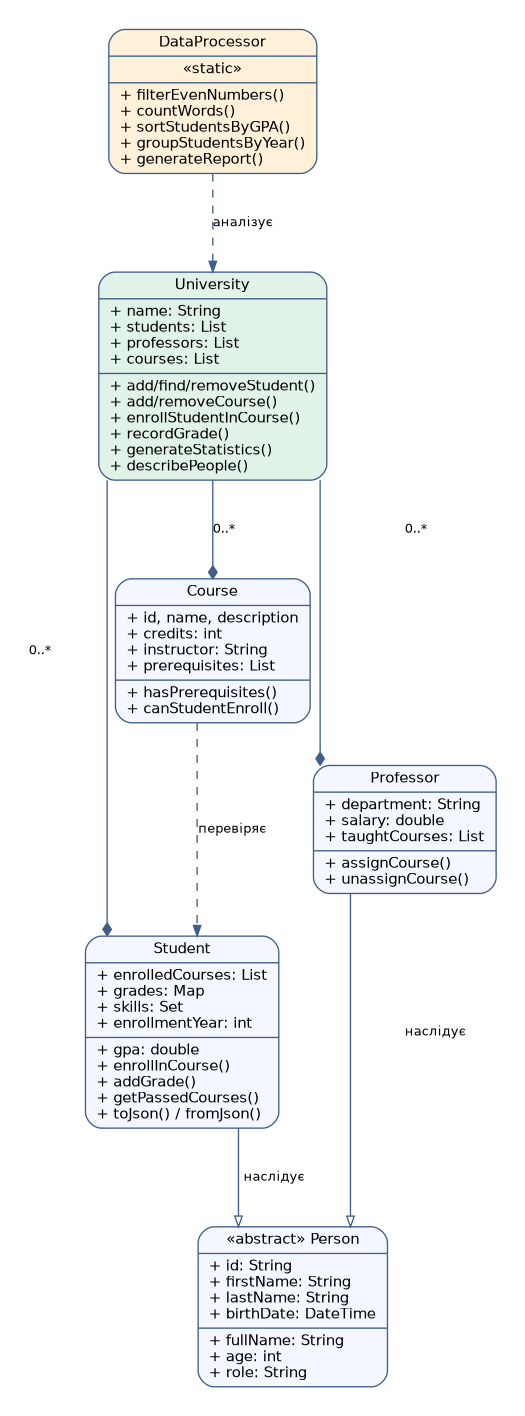
The Graphviz diagram docs/university_uml.png in folzy272/praakt4, before a commit. Its source is kept beside it as docs/university_uml.dot.
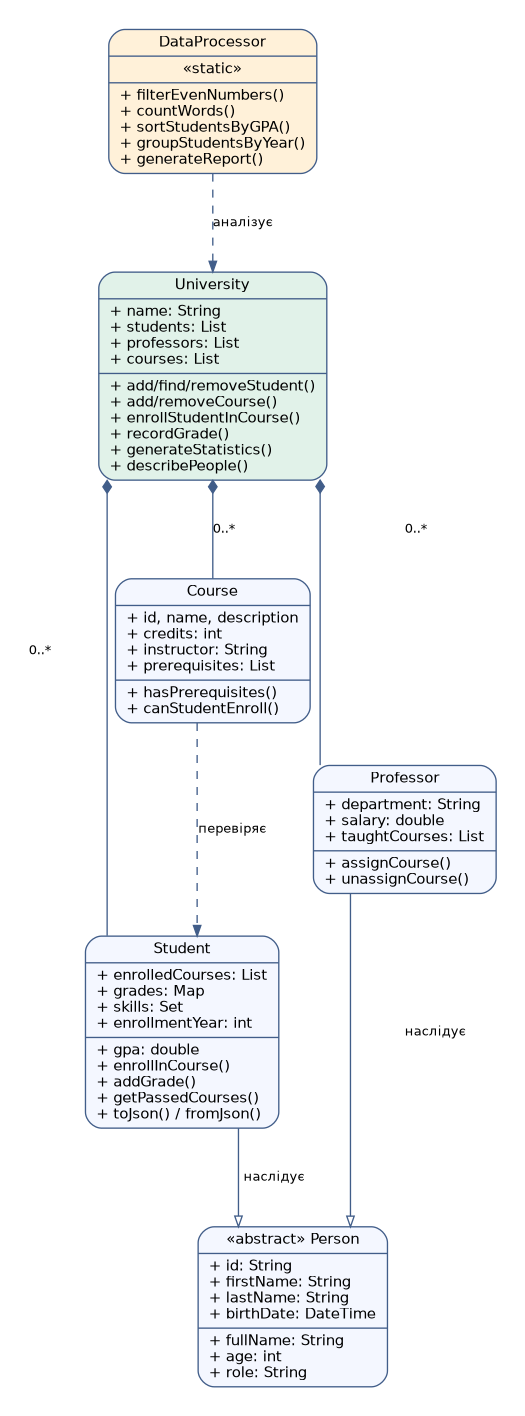
After the commit.

Commit message:
Document results, improve UML and add reproducible structural checks

What changed in the source:
```diff
@@ -10,9 +10,9 @@
   DataProcessor [fillcolor="#fff1d9", label="{DataProcessor|«static»|+ filterEvenNumbers()\l+ countWords()\l+ sortStudentsByGPA()\l+ groupStudentsByYear()\l+ generateReport()\l}"];
   Student -> Person [arrowhead=empty, label="наслідує"];
   Professor -> Person [arrowhead=empty, label="наслідує"];
-  University -> Student [arrowhead=diamond, label="0..*"];
-  University -> Course [arrowhead=diamond, label="0..*"];
-  University -> Professor [arrowhead=diamond, label="0..*"];
+  University -> Student [dir=both, arrowtail=diamond, arrowhead=none, label="0..*"];
+  University -> Course [dir=both, arrowtail=diamond, arrowhead=none, label="0..*"];
+  University -> Professor [dir=both, arrowtail=diamond, arrowhead=none, label="0..*"];
   Course -> Student [style=dashed, label="перевіряє"];
   DataProcessor -> University [style=dashed, label="аналізує"];
 }
```
